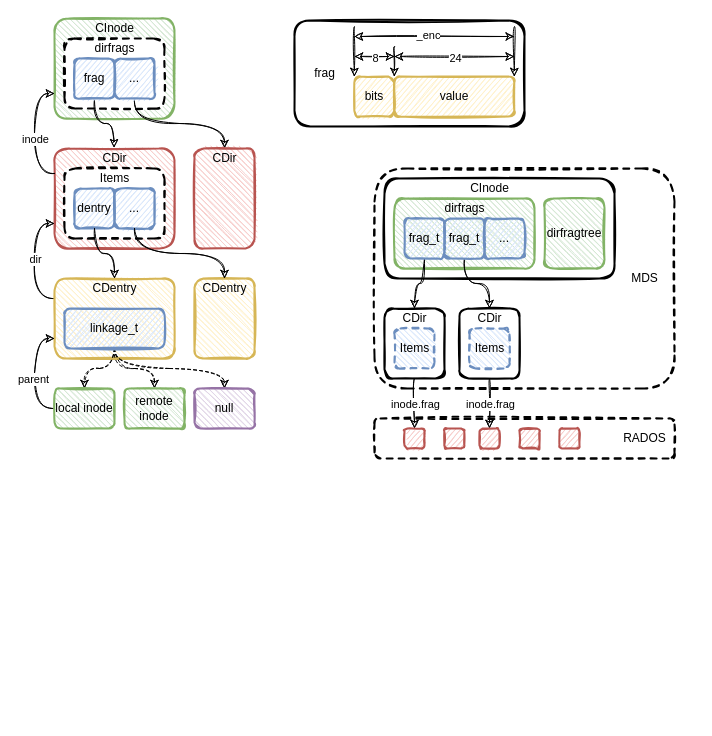
This is page "meta" (2 of 2) of ceph/ceph-mds.drawio from EarthWind/deeparch, a draw.io file, before an edit. Source tidied: cells renumbered, new cells numbered last; positions are measured from the earlier drawing's top-left corner, leaving out a move shared by most shapes. Both pictures are drawn from the tidied source at 100%, with x=0, y=0 at pixel (54, 18).
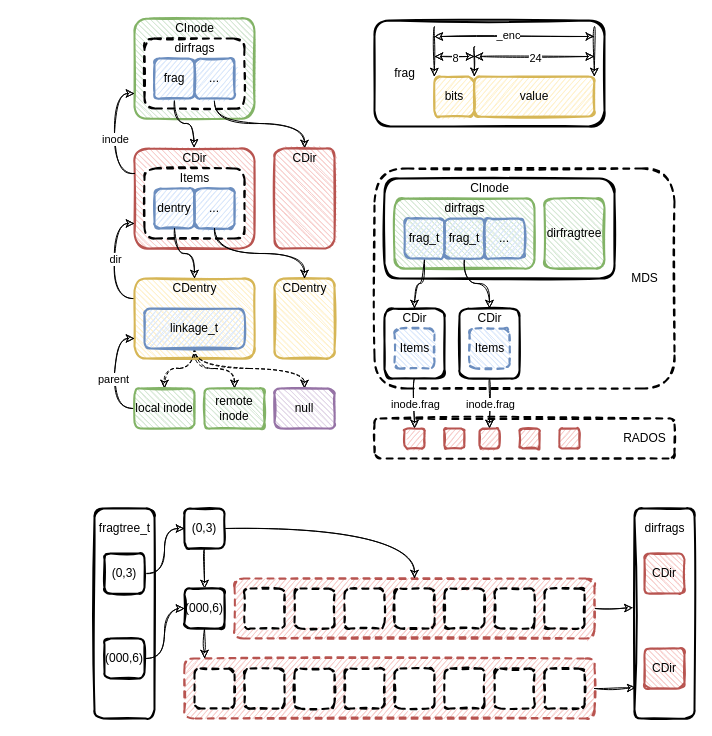
The same page after the edit.

The edit, as a diff of the source:
```diff
@@
+    <mxCell id="82" style="edgeStyle=orthogonalEdgeStyle;curved=1;rounded=0;sketch=1;jettySize=auto;html=1;entryX=0.021;entryY=0.853;entryDx=0;entryDy=0;entryPerimeter=0;" parent="1" edge="1" source="83" target="112">
+      <mxGeometry relative="1" as="geometry" />
+    </mxCell>
+    <mxCell id="83" style="rounded=1;whiteSpace=wrap;html=1;sketch=1;fillWeight=1;hachureGap=4;strokeWidth=2;dashed=1;fillColor=#f8cecc;strokeColor=#b85450;" parent="1" vertex="1">
+      <mxGeometry x="130" y="640" width="410" height="60" as="geometry" />
+    </mxCell>
+    <mxCell id="84" style="edgeStyle=orthogonalEdgeStyle;curved=1;rounded=0;sketch=1;jettySize=auto;html=1;entryX=-0.026;entryY=0.472;entryDx=0;entryDy=0;entryPerimeter=0;" parent="1" edge="1" source="85" target="112">
+      <mxGeometry relative="1" as="geometry" />
+    </mxCell>
+    <mxCell id="85" style="rounded=1;whiteSpace=wrap;html=1;sketch=1;fillWeight=1;hachureGap=4;strokeWidth=2;dashed=1;fillColor=#f8cecc;strokeColor=#b85450;" parent="1" vertex="1">
+      <mxGeometry x="180" y="560" width="360" height="60" as="geometry" />
+    </mxCell>
@@
     <mxCell id="4" style="rounded=1;whiteSpace=wrap;html=1;sketch=1;fillWeight=1;hachureGap=4;strokeWidth=2;shadow=0;" parent="1" vertex="1">
-      <mxGeometry x="240" y="2" width="230" height="106" as="geometry" />
+      <mxGeometry x="320" y="2" width="230" height="106" as="geometry" />
     </mxCell>
     <mxCell id="5" style="rounded=1;whiteSpace=wrap;html=1;strokeWidth=2;fillWeight=1;hachureGap=4;hachureAngle=45;sketch=1;fillColor=#d5e8d4;strokeColor=#82b366;" parent="1" vertex="1">
-      <mxGeometry width="120" height="100" as="geometry" />
+      <mxGeometry x="80" width="120" height="100" as="geometry" />
     </mxCell>
     <mxCell id="6" style="rounded=1;whiteSpace=wrap;html=1;strokeWidth=2;fillWeight=1;hachureGap=4;hachureAngle=45;sketch=1;dashed=1;" parent="1" vertex="1">
-      <mxGeometry x="10" y="20" width="100" height="70" as="geometry" />
+      <mxGeometry x="90" y="20" width="100" height="70" as="geometry" />
     </mxCell>
     <mxCell id="7" value="CInode" style="text;html=1;align=center;verticalAlign=middle;strokeColor=none;fillColor=none;" parent="1" vertex="1">
-      <mxGeometry x="35" width="50" height="20" as="geometry" />
+      <mxGeometry x="115" width="50" height="20" as="geometry" />
     </mxCell>
@@
     <mxCell id="9" value="frag" style="rounded=1;whiteSpace=wrap;html=1;sketch=1;fillColor=#dae8fc;strokeColor=#6c8ebf;fillWeight=1;hachureGap=4;strokeWidth=2;" parent="1" vertex="1">
-      <mxGeometry x="20" y="40" width="40" height="40" as="geometry" />
+      <mxGeometry x="100" y="40" width="40" height="40" as="geometry" />
     </mxCell>
@@
     <mxCell id="11" value="..." style="rounded=1;whiteSpace=wrap;html=1;sketch=1;fillColor=#dae8fc;strokeColor=#6c8ebf;fillWeight=1;hachureGap=4;strokeWidth=2;" parent="1" vertex="1">
-      <mxGeometry x="60" y="40" width="40" height="40" as="geometry" />
+      <mxGeometry x="140" y="40" width="40" height="40" as="geometry" />
     </mxCell>
     <mxCell id="12" value="dirfrags" style="text;html=1;align=center;verticalAlign=middle;strokeColor=none;fillColor=none;" parent="1" vertex="1">
-      <mxGeometry x="30" y="20" width="60" height="20" as="geometry" />
+      <mxGeometry x="110" y="20" width="60" height="20" as="geometry" />
     </mxCell>
     <mxCell id="13" style="rounded=1;whiteSpace=wrap;html=1;strokeWidth=2;fillWeight=1;hachureGap=4;hachureAngle=45;sketch=1;fillColor=#f8cecc;strokeColor=#b85450;" parent="1" vertex="1">
-      <mxGeometry x="140" y="130" width="60" height="100" as="geometry" />
+      <mxGeometry x="220" y="130" width="60" height="100" as="geometry" />
     </mxCell>
     <mxCell id="14" value="CDir" style="text;html=1;align=center;verticalAlign=middle;points=[];strokeColor=none;fillColor=none;" parent="1" vertex="1">
-      <mxGeometry x="150" y="130" width="40" height="20" as="geometry" />
+      <mxGeometry x="230" y="130" width="40" height="20" as="geometry" />
     </mxCell>
     <mxCell id="15" style="group;" parent="1" vertex="1">
-      <mxGeometry y="130" width="120" height="100" as="geometry" />
+      <mxGeometry x="80" y="130" width="120" height="100" as="geometry" />
     </mxCell>
@@
     <mxCell id="24" style="rounded=1;whiteSpace=wrap;html=1;strokeWidth=2;fillWeight=1;hachureGap=4;hachureAngle=45;sketch=1;fillColor=#fff2cc;strokeColor=#d6b656;" parent="1" vertex="1">
-      <mxGeometry y="260" width="120" height="80" as="geometry" />
+      <mxGeometry x="80" y="260" width="120" height="80" as="geometry" />
     </mxCell>
@@
     <mxCell id="26" value="CDentry" style="text;html=1;align=center;verticalAlign=middle;strokeColor=none;fillColor=none;" parent="1" vertex="1">
-      <mxGeometry x="30" y="260" width="60" height="20" as="geometry" />
+      <mxGeometry x="110" y="260" width="60" height="20" as="geometry" />
     </mxCell>
     <mxCell id="27" style="rounded=1;whiteSpace=wrap;html=1;strokeWidth=2;fillWeight=1;hachureGap=4;hachureAngle=45;sketch=1;fillColor=#fff2cc;strokeColor=#d6b656;" parent="1" vertex="1">
-      <mxGeometry x="140" y="260" width="60" height="80" as="geometry" />
+      <mxGeometry x="220" y="260" width="60" height="80" as="geometry" />
     </mxCell>
     <mxCell id="28" value="CDentry" style="text;html=1;align=center;verticalAlign=middle;points=[];strokeColor=none;fillColor=none;" parent="1" vertex="1">
-      <mxGeometry x="140" y="260" width="60" height="20" as="geometry" />
+      <mxGeometry x="220" y="260" width="60" height="20" as="geometry" />
     </mxCell>
@@
     <mxCell id="33" value="linkage_t" style="rounded=1;whiteSpace=wrap;html=1;sketch=1;fillColor=#dae8fc;strokeColor=#6c8ebf;fillWeight=1;hachureGap=4;strokeWidth=2;" parent="1" vertex="1">
-      <mxGeometry x="10" y="290" width="100" height="40" as="geometry" />
+      <mxGeometry x="90" y="290" width="100" height="40" as="geometry" />
     </mxCell>
@@
     <mxCell id="36" value="local inode" style="rounded=1;whiteSpace=wrap;html=1;strokeWidth=2;fillWeight=1;hachureGap=4;hachureAngle=45;sketch=1;fillColor=#d5e8d4;strokeColor=#82b366;" parent="1" vertex="1">
-      <mxGeometry y="370" width="60" height="40" as="geometry" />
+      <mxGeometry x="80" y="370" width="60" height="40" as="geometry" />
     </mxCell>
     <mxCell id="37" value="remote inode" style="rounded=1;whiteSpace=wrap;html=1;strokeWidth=2;fillWeight=1;hachureGap=4;hachureAngle=45;sketch=1;fillColor=#d5e8d4;strokeColor=#82b366;" parent="1" vertex="1">
-      <mxGeometry x="70" y="370" width="60" height="40" as="geometry" />
+      <mxGeometry x="150" y="370" width="60" height="40" as="geometry" />
     </mxCell>
     <mxCell id="38" value="null" style="rounded=1;whiteSpace=wrap;html=1;strokeWidth=2;fillWeight=1;hachureGap=4;hachureAngle=45;sketch=1;fillColor=#e1d5e7;strokeColor=#9673a6;" parent="1" vertex="1">
-      <mxGeometry x="140" y="370" width="60" height="40" as="geometry" />
+      <mxGeometry x="220" y="370" width="60" height="40" as="geometry" />
     </mxCell>
@@
     <mxCell id="41" value="bits" style="rounded=1;whiteSpace=wrap;html=1;sketch=1;fillColor=#fff2cc;strokeColor=#d6b656;fillWeight=1;hachureGap=4;strokeWidth=2;" parent="1" vertex="1">
-      <mxGeometry x="299.8" y="58" width="40" height="40" as="geometry" />
+      <mxGeometry x="379.8" y="58" width="40" height="40" as="geometry" />
     </mxCell>
     <mxCell id="42" value="value" style="rounded=1;whiteSpace=wrap;html=1;sketch=1;fillWeight=1;hachureGap=4;strokeWidth=2;fillColor=#fff2cc;strokeColor=#d6b656;" parent="1" vertex="1">
-      <mxGeometry x="339.8" y="58" width="120" height="40" as="geometry" />
+      <mxGeometry x="419.8" y="58" width="120" height="40" as="geometry" />
     </mxCell>
     <mxCell id="43" style="endArrow=classic;html=1;rounded=0;sketch=1;curved=1;entryX=0;entryY=0;entryDx=0;entryDy=0;" parent="1" edge="1" target="41">
       <mxGeometry relative="1" as="geometry">
-        <mxPoint x="300" y="8" as="sourcePoint" />
+        <mxPoint x="380" y="8" as="sourcePoint" />
       </mxGeometry>
     </mxCell>
     <mxCell id="44" style="endArrow=classic;html=1;rounded=0;sketch=1;curved=1;entryX=0;entryY=0;entryDx=0;entryDy=0;" parent="1" edge="1">
       <mxGeometry relative="1" as="geometry">
-        <mxPoint x="340" y="28" as="sourcePoint" />
-        <mxPoint x="339.8" y="58" as="targetPoint" />
+        <mxPoint x="420" y="28" as="sourcePoint" />
+        <mxPoint x="419.8" y="58" as="targetPoint" />
       </mxGeometry>
     </mxCell>
     <mxCell id="45" style="endArrow=classic;html=1;rounded=0;sketch=1;curved=1;entryX=0;entryY=0;entryDx=0;entryDy=0;" parent="1" edge="1">
       <mxGeometry relative="1" as="geometry">
-        <mxPoint x="460" y="8" as="sourcePoint" />
-        <mxPoint x="459.8" y="58" as="targetPoint" />
+        <mxPoint x="540" y="8" as="sourcePoint" />
+        <mxPoint x="539.8" y="58" as="targetPoint" />
       </mxGeometry>
     </mxCell>
     <mxCell id="46" style="endArrow=classic;startArrow=classic;html=1;rounded=0;sketch=1;curved=1;" parent="1" edge="1">
       <mxGeometry relative="1" as="geometry">
-        <mxPoint x="300" y="38" as="sourcePoint" />
-        <mxPoint x="340" y="38" as="targetPoint" />
+        <mxPoint x="380" y="38" as="sourcePoint" />
+        <mxPoint x="420" y="38" as="targetPoint" />
       </mxGeometry>
     </mxCell>
@@
     <mxCell id="48" style="endArrow=classic;startArrow=classic;html=1;rounded=0;sketch=1;curved=1;" parent="1" edge="1">
       <mxGeometry relative="1" as="geometry">
-        <mxPoint x="339.8" y="38" as="sourcePoint" />
-        <mxPoint x="459.8" y="38" as="targetPoint" />
+        <mxPoint x="419.8" y="38" as="sourcePoint" />
+        <mxPoint x="539.8" y="38" as="targetPoint" />
       </mxGeometry>
     </mxCell>
@@
     <mxCell id="50" style="endArrow=classic;startArrow=classic;html=1;rounded=0;sketch=1;curved=1;" parent="1" edge="1">
       <mxGeometry relative="1" as="geometry">
-        <mxPoint x="299.8" y="18" as="sourcePoint" />
-        <mxPoint x="459.8" y="18" as="targetPoint" />
+        <mxPoint x="379.8" y="18" as="sourcePoint" />
+        <mxPoint x="539.8" y="18" as="targetPoint" />
         <Array as="points">
-          <mxPoint x="379.8" y="18" />
+          <mxPoint x="459.8" y="18" />
         </Array>
       </mxGeometry>
     </mxCell>
@@
     <mxCell id="52" value="frag" style="text;html=1;align=center;verticalAlign=middle;strokeColor=none;fillColor=none;" parent="1" vertex="1">
-      <mxGeometry x="250" y="45" width="40" height="20" as="geometry" />
+      <mxGeometry x="330" y="45" width="40" height="20" as="geometry" />
     </mxCell>
@@
+    <mxCell id="86" style="edgeStyle=orthogonalEdgeStyle;rounded=0;jettySize=auto;html=1;sketch=1;curved=1;" parent="1" edge="1" source="88" target="90">
+      <mxGeometry relative="1" as="geometry" />
+    </mxCell>
+    <mxCell id="87" style="edgeStyle=orthogonalEdgeStyle;rounded=0;sketch=1;jettySize=auto;html=1;curved=1;exitX=1;exitY=0.5;exitDx=0;exitDy=0;" parent="1" edge="1" source="88" target="85">
+      <mxGeometry relative="1" as="geometry" />
+    </mxCell>
+    <mxCell id="88" value="(0,3)" style="rounded=1;whiteSpace=wrap;html=1;sketch=1;fillWeight=1;hachureGap=4;strokeWidth=2;" parent="1" vertex="1">
+      <mxGeometry x="130" y="490" width="40" height="40" as="geometry" />
+    </mxCell>
+    <mxCell id="89" style="edgeStyle=orthogonalEdgeStyle;curved=1;rounded=0;sketch=1;jettySize=auto;html=1;entryX=0.049;entryY=0;entryDx=0;entryDy=0;entryPerimeter=0;" parent="1" edge="1" source="90" target="83">
+      <mxGeometry relative="1" as="geometry" />
+    </mxCell>
+    <mxCell id="90" value="(000,6)" style="rounded=1;whiteSpace=wrap;html=1;sketch=1;fillWeight=1;hachureGap=4;strokeWidth=2;" parent="1" vertex="1">
+      <mxGeometry x="130" y="570" width="40" height="40" as="geometry" />
+    </mxCell>
+    <mxCell id="91" style="rounded=1;whiteSpace=wrap;html=1;sketch=1;fillWeight=1;hachureGap=4;strokeWidth=2;dashed=1;" parent="1" vertex="1">
+      <mxGeometry x="190" y="570" width="40" height="40" as="geometry" />
+    </mxCell>
+    <mxCell id="92" style="rounded=1;whiteSpace=wrap;html=1;sketch=1;fillWeight=1;hachureGap=4;strokeWidth=2;dashed=1;" parent="1" vertex="1">
+      <mxGeometry x="240" y="570" width="40" height="40" as="geometry" />
+    </mxCell>
+    <mxCell id="93" style="rounded=1;whiteSpace=wrap;html=1;sketch=1;fillWeight=1;hachureGap=4;strokeWidth=2;dashed=1;" parent="1" vertex="1">
+      <mxGeometry x="290" y="570" width="40" height="40" as="geometry" />
+    </mxCell>
+    <mxCell id="94" style="rounded=1;whiteSpace=wrap;html=1;sketch=1;fillWeight=1;hachureGap=4;strokeWidth=2;dashed=1;" parent="1" vertex="1">
+      <mxGeometry x="340" y="570" width="40" height="40" as="geometry" />
+    </mxCell>
+    <mxCell id="95" style="rounded=1;whiteSpace=wrap;html=1;sketch=1;fillWeight=1;hachureGap=4;strokeWidth=2;dashed=1;" parent="1" vertex="1">
+      <mxGeometry x="390" y="570" width="40" height="40" as="geometry" />
+    </mxCell>
+    <mxCell id="96" style="rounded=1;whiteSpace=wrap;html=1;sketch=1;fillWeight=1;hachureGap=4;strokeWidth=2;dashed=1;" parent="1" vertex="1">
+      <mxGeometry x="440" y="570" width="40" height="40" as="geometry" />
+    </mxCell>
+    <mxCell id="97" style="rounded=1;whiteSpace=wrap;html=1;sketch=1;fillWeight=1;hachureGap=4;strokeWidth=2;dashed=1;" parent="1" vertex="1">
+      <mxGeometry x="490" y="570" width="40" height="40" as="geometry" />
+    </mxCell>
+    <mxCell id="98" style="rounded=1;whiteSpace=wrap;html=1;sketch=1;fillWeight=1;hachureGap=4;strokeWidth=2;dashed=1;" parent="1" vertex="1">
+      <mxGeometry x="140" y="650" width="40" height="40" as="geometry" />
+    </mxCell>
+    <mxCell id="99" style="rounded=1;whiteSpace=wrap;html=1;sketch=1;fillWeight=1;hachureGap=4;strokeWidth=2;dashed=1;" parent="1" vertex="1">
+      <mxGeometry x="190" y="650" width="40" height="40" as="geometry" />
+    </mxCell>
+    <mxCell id="100" style="rounded=1;whiteSpace=wrap;html=1;sketch=1;fillWeight=1;hachureGap=4;strokeWidth=2;dashed=1;" parent="1" vertex="1">
+      <mxGeometry x="240" y="650" width="40" height="40" as="geometry" />
+    </mxCell>
+    <mxCell id="101" style="rounded=1;whiteSpace=wrap;html=1;sketch=1;fillWeight=1;hachureGap=4;strokeWidth=2;dashed=1;" parent="1" vertex="1">
+      <mxGeometry x="290" y="650" width="40" height="40" as="geometry" />
+    </mxCell>
+    <mxCell id="102" style="rounded=1;whiteSpace=wrap;html=1;sketch=1;fillWeight=1;hachureGap=4;strokeWidth=2;dashed=1;" parent="1" vertex="1">
+      <mxGeometry x="340" y="650" width="40" height="40" as="geometry" />
+    </mxCell>
+    <mxCell id="103" style="rounded=1;whiteSpace=wrap;html=1;sketch=1;fillWeight=1;hachureGap=4;strokeWidth=2;dashed=1;" parent="1" vertex="1">
+      <mxGeometry x="390" y="650" width="40" height="40" as="geometry" />
+    </mxCell>
+    <mxCell id="104" style="rounded=1;whiteSpace=wrap;html=1;sketch=1;fillWeight=1;hachureGap=4;strokeWidth=2;dashed=1;" parent="1" vertex="1">
+      <mxGeometry x="440" y="650" width="40" height="40" as="geometry" />
+    </mxCell>
+    <mxCell id="105" style="rounded=1;whiteSpace=wrap;html=1;sketch=1;fillWeight=1;hachureGap=4;strokeWidth=2;dashed=1;" parent="1" vertex="1">
+      <mxGeometry x="490" y="650" width="40" height="40" as="geometry" />
+    </mxCell>
+    <mxCell id="106" style="rounded=1;whiteSpace=wrap;html=1;sketch=1;fillWeight=1;hachureGap=4;strokeWidth=2;" parent="1" vertex="1">
+      <mxGeometry x="40" y="490" width="60" height="210" as="geometry" />
+    </mxCell>
+    <mxCell id="107" value="fragtree_t" style="text;html=1;align=center;verticalAlign=middle;strokeColor=none;fillColor=none;" parent="1" vertex="1">
+      <mxGeometry x="35" y="500" width="70" height="20" as="geometry" />
+    </mxCell>
+    <mxCell id="108" style="edgeStyle=orthogonalEdgeStyle;curved=1;rounded=0;sketch=1;jettySize=auto;html=1;entryX=0;entryY=0.5;entryDx=0;entryDy=0;" parent="1" edge="1" source="109" target="88">
+      <mxGeometry relative="1" as="geometry" />
+    </mxCell>
+    <mxCell id="109" value="(0,3)" style="rounded=1;whiteSpace=wrap;html=1;sketch=1;fillWeight=1;hachureGap=4;strokeWidth=2;" parent="1" vertex="1">
+      <mxGeometry x="50" y="535" width="40" height="40" as="geometry" />
+    </mxCell>
+    <mxCell id="110" style="edgeStyle=orthogonalEdgeStyle;curved=1;rounded=0;sketch=1;jettySize=auto;html=1;entryX=0;entryY=0.5;entryDx=0;entryDy=0;" parent="1" edge="1" source="111" target="90">
+      <mxGeometry relative="1" as="geometry" />
+    </mxCell>
+    <mxCell id="111" value="(000,6)" style="rounded=1;whiteSpace=wrap;html=1;sketch=1;fillWeight=1;hachureGap=4;strokeWidth=2;" parent="1" vertex="1">
+      <mxGeometry x="50" y="620" width="40" height="40" as="geometry" />
+    </mxCell>
+    <mxCell id="112" style="rounded=1;whiteSpace=wrap;html=1;sketch=1;fillWeight=1;hachureGap=4;strokeWidth=2;" parent="1" vertex="1">
+      <mxGeometry x="580" y="490" width="60" height="210" as="geometry" />
+    </mxCell>
+    <mxCell id="113" value="dirfrags" style="text;html=1;align=center;verticalAlign=middle;strokeColor=none;fillColor=none;" parent="1" vertex="1">
+      <mxGeometry x="580" y="500" width="60" height="20" as="geometry" />
+    </mxCell>
+    <mxCell id="114" value="CDir" style="rounded=1;whiteSpace=wrap;html=1;strokeWidth=2;fillWeight=1;hachureGap=4;hachureAngle=45;sketch=1;fillColor=#f8cecc;strokeColor=#b85450;" parent="1" vertex="1">
+      <mxGeometry x="590" y="535" width="40" height="40" as="geometry" />
+    </mxCell>
+    <mxCell id="115" value="CDir" style="rounded=1;whiteSpace=wrap;html=1;strokeWidth=2;fillWeight=1;hachureGap=4;hachureAngle=45;sketch=1;fillColor=#f8cecc;strokeColor=#b85450;" parent="1" vertex="1">
+      <mxGeometry x="590" y="630" width="40" height="40" as="geometry" />
+    </mxCell>
```
